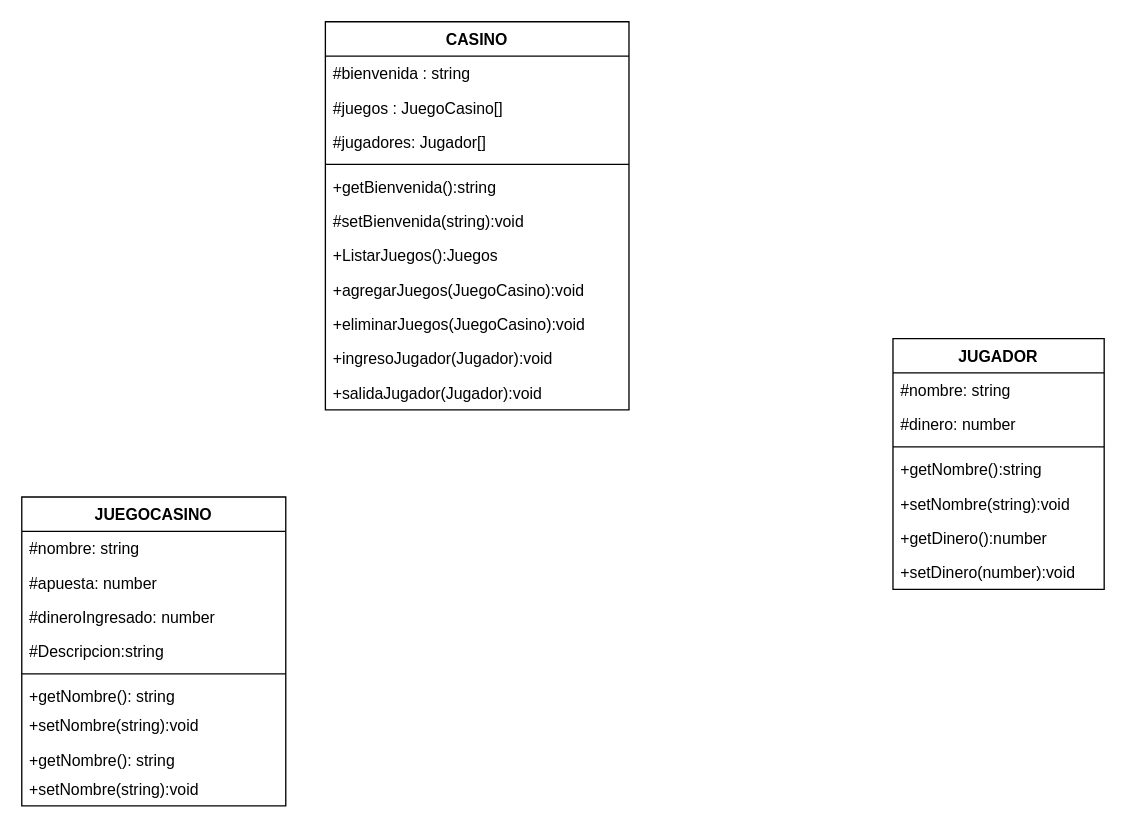
Earlier version of the draw.io diagram page "CASINO" (3 of 5) of MaquinaTragamonedas.drawio (gceballos23/Casino). Source tidied: cells renumbered, new cells numbered last; positions are measured from the earlier drawing's top-left corner, leaving out a move shared by most shapes. Both pictures are drawn from the tidied source at 132%, with x=0, y=0 at pixel (21, 21).
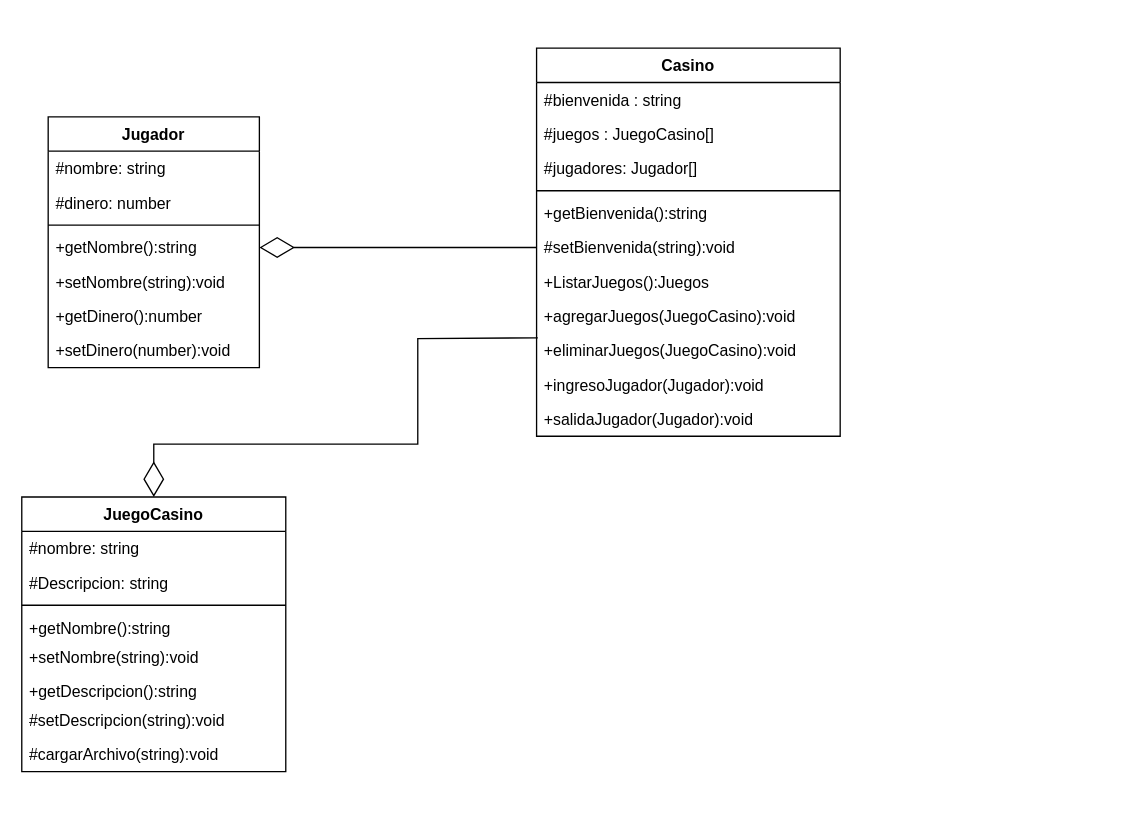
The same page after the edit.

The change refers to these unchanged cells:
```xml
<mxCell id="8" value="#setBienvenida(string):void" style="text;strokeColor=none;fillColor=none;align=left;verticalAlign=top;spacingLeft=4;spacingRight=4;overflow=hidden;points=[[0,0.5],[1,0.5]];portConstraint=eastwest;" parent="2" vertex="1">
  <mxGeometry y="138" width="230" height="26" as="geometry" />
</mxCell>
<mxCell id="11" value="+eliminarJuegos(JuegoCasino):void" style="text;strokeColor=none;fillColor=none;align=left;verticalAlign=top;spacingLeft=4;spacingRight=4;overflow=hidden;points=[[0,0.5],[1,0.5]];portConstraint=eastwest;" parent="2" vertex="1">
  <mxGeometry y="216" width="230" height="26" as="geometry" />
</mxCell>
<mxCell id="18" value="+getNombre():string" style="text;strokeColor=none;fillColor=none;align=left;verticalAlign=top;spacingLeft=4;spacingRight=4;overflow=hidden;points=[[0,0.5],[1,0.5]];portConstraint=eastwest;" parent="14" vertex="1">
  <mxGeometry y="86" width="160" height="26" as="geometry" />
</mxCell>
```

What changed in the source:
```diff
@@
-    <mxCell id="2" value="CASINO" style="swimlane;fontStyle=1;align=center;verticalAlign=top;horizontal=1;startSize=26;" parent="1" vertex="1">
-      <mxGeometry x="230" width="230" height="294" as="geometry" />
+    <mxCell id="2" value="Casino" style="swimlane;fontStyle=1;align=center;verticalAlign=top;horizontal=1;startSize=26;" parent="1" vertex="1">
+      <mxGeometry x="390" y="20" width="230" height="294" as="geometry" />
     </mxCell>
@@
-    <mxCell id="14" value="JUGADOR" style="swimlane;fontStyle=1;align=center;verticalAlign=top;horizontal=1;startSize=26;" parent="1" vertex="1">
-      <mxGeometry x="660" y="240" width="160" height="190" as="geometry" />
+    <mxCell id="14" value="Jugador" style="swimlane;fontStyle=1;align=center;verticalAlign=top;horizontal=1;startSize=26;" parent="1" vertex="1">
+      <mxGeometry x="20" y="72" width="160" height="190" as="geometry" />
     </mxCell>
@@
-    <mxCell id="22" value="JUEGOCASINO" style="swimlane;fontStyle=1;align=center;verticalAlign=top;horizontal=1;startSize=26;" parent="1" vertex="1">
-      <mxGeometry y="360" width="200" height="234" as="geometry" />
+    <mxCell id="22" value="JuegoCasino" style="swimlane;fontStyle=1;align=center;verticalAlign=top;horizontal=1;startSize=26;" parent="1" vertex="1">
+      <mxGeometry y="360" width="200" height="208" as="geometry" />
     </mxCell>
@@
-    <mxCell id="24" value="#apuesta: number" style="text;strokeColor=none;fillColor=none;align=left;verticalAlign=top;spacingLeft=4;spacingRight=4;overflow=hidden;" parent="22" vertex="1">
+    <mxCell id="24" value="#Descripcion: string" style="text;strokeColor=none;fillColor=none;align=left;verticalAlign=top;spacingLeft=4;spacingRight=4;overflow=hidden;" parent="22" vertex="1">
       <mxGeometry y="52" width="200" height="26" as="geometry" />
     </mxCell>
-    <mxCell id="25" value="#dineroIngresado: number" style="text;strokeColor=none;fillColor=none;align=left;verticalAlign=top;spacingLeft=4;spacingRight=4;overflow=hidden;" parent="22" vertex="1">
-      <mxGeometry y="78" width="200" height="26" as="geometry" />
-    </mxCell>
-    <mxCell id="26" value="#Descripcion:string" style="text;strokeColor=none;fillColor=none;align=left;verticalAlign=top;spacingLeft=4;spacingRight=4;overflow=hidden;" parent="22" vertex="1">
-      <mxGeometry y="104" width="200" height="26" as="geometry" />
-    </mxCell>
     <mxCell id="27" style="line;strokeWidth=1;fillColor=none;align=left;verticalAlign=middle;spacingTop=-1;spacingLeft=3;spacingRight=3;labelPosition=right;strokeColor=inherit;" parent="22" vertex="1">
-      <mxGeometry y="130" width="200" height="8" as="geometry" />
+      <mxGeometry y="78" width="200" height="8" as="geometry" />
     </mxCell>
-    <mxCell id="28" value="+getNombre(): string" style="text;strokeColor=none;fillColor=none;align=left;verticalAlign=top;spacingLeft=4;spacingRight=4;overflow=hidden;" parent="22" vertex="1">
-      <mxGeometry y="138" width="200" height="22" as="geometry" />
+    <mxCell id="28" value="+getNombre():string" style="text;strokeColor=none;fillColor=none;align=left;verticalAlign=top;spacingLeft=4;spacingRight=4;overflow=hidden;" parent="22" vertex="1">
+      <mxGeometry y="86" width="200" height="22" as="geometry" />
     </mxCell>
     <mxCell id="29" value="+setNombre(string):void" style="text;strokeColor=none;fillColor=none;align=left;verticalAlign=top;spacingLeft=4;spacingRight=4;overflow=hidden;" parent="22" vertex="1">
-      <mxGeometry y="160" width="200" height="26" as="geometry" />
+      <mxGeometry y="108" width="200" height="26" as="geometry" />
     </mxCell>
-    <mxCell id="30" value="+getNombre(): string" style="text;strokeColor=none;fillColor=none;align=left;verticalAlign=top;spacingLeft=4;spacingRight=4;overflow=hidden;" parent="22" vertex="1">
-      <mxGeometry y="186" width="200" height="22" as="geometry" />
+    <mxCell id="30" value="+getDescripcion():string" style="text;strokeColor=none;fillColor=none;align=left;verticalAlign=top;spacingLeft=4;spacingRight=4;overflow=hidden;" parent="22" vertex="1">
+      <mxGeometry y="134" width="200" height="22" as="geometry" />
     </mxCell>
-    <mxCell id="31" value="+setNombre(string):void" style="text;strokeColor=none;fillColor=none;align=left;verticalAlign=top;spacingLeft=4;spacingRight=4;overflow=hidden;" parent="22" vertex="1">
-      <mxGeometry y="208" width="200" height="26" as="geometry" />
+    <mxCell id="31" value="#setDescripcion(string):void" style="text;strokeColor=none;fillColor=none;align=left;verticalAlign=top;spacingLeft=4;spacingRight=4;overflow=hidden;" parent="22" vertex="1">
+      <mxGeometry y="156" width="200" height="26" as="geometry" />
     </mxCell>
+    <mxCell id="32" value="#cargarArchivo(string):void" style="text;strokeColor=none;fillColor=none;align=left;verticalAlign=top;spacingLeft=4;spacingRight=4;overflow=hidden;" parent="22" vertex="1">
+      <mxGeometry y="182" width="200" height="26" as="geometry" />
+    </mxCell>
+    <mxCell id="33" style="endArrow=diamondThin;endFill=0;endSize=24;html=1;rounded=0;exitX=0;exitY=0.5;exitDx=0;exitDy=0;entryX=1;entryY=0.5;entryDx=0;entryDy=0;" parent="1" edge="1" source="8" target="18">
+      <mxGeometry relative="1" as="geometry" />
+    </mxCell>
+    <mxCell id="34" style="endArrow=diamondThin;endFill=0;endSize=24;html=1;rounded=0;exitX=0.004;exitY=0.131;exitDx=0;exitDy=0;exitPerimeter=0;entryX=0.5;entryY=0;entryDx=0;entryDy=0;" parent="1" edge="1" source="11" target="22">
+      <mxGeometry relative="1" as="geometry">
+        <Array as="points">
+          <mxPoint x="300" y="240" />
+          <mxPoint x="300" y="320" />
+          <mxPoint x="100" y="320" />
+        </Array>
+      </mxGeometry>
+    </mxCell>
```
